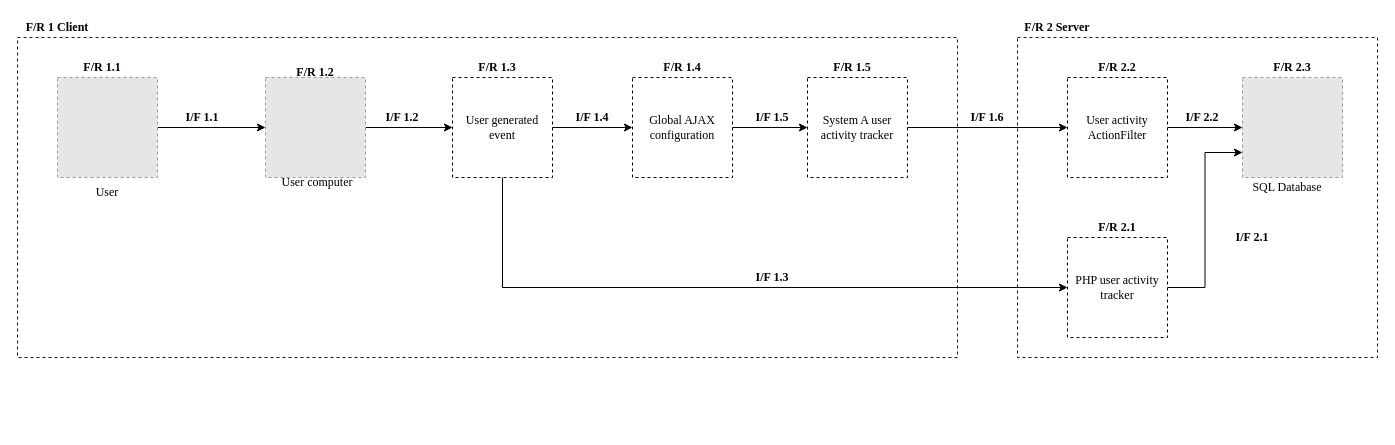
CorrieScheepers/Masters keeps this draw.io diagram as Images/Chapter2/SystemA_Architecture_Diagram/SystemA_Architecture_Diagram.drawio. Above is the earlier version. Source tidied: cells renumbered, new cells numbered last; positions are measured from the earlier drawing's top-left corner, leaving out a move shared by most shapes. Both pictures are drawn from the tidied source at 100%, with x=0, y=0 at pixel (17, 17). Pictures stored in the file or linked from it are replaced by grey dashed boxes.
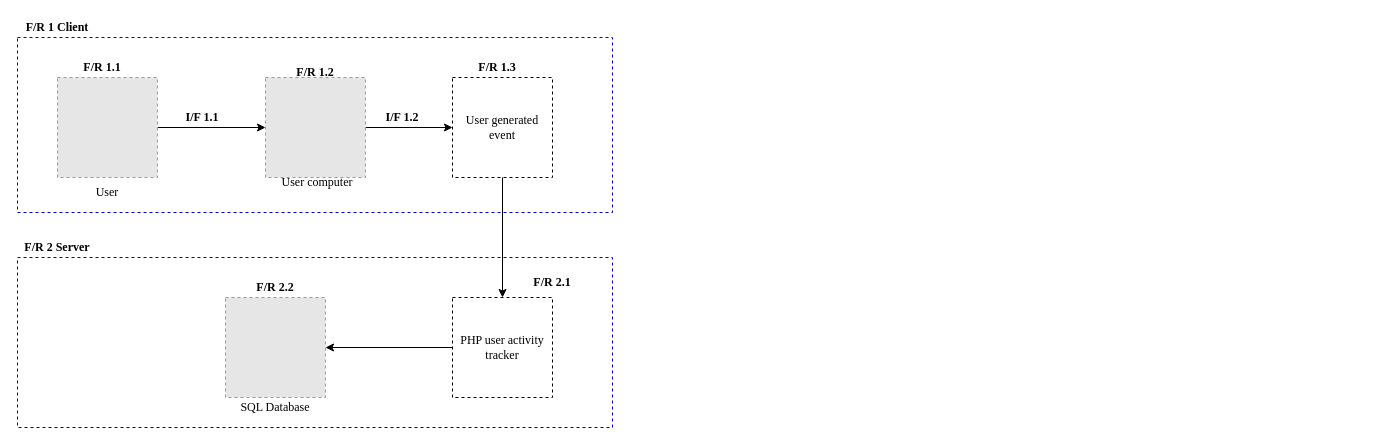
Above is the later version.

Unchanged cells that the change refers to:
```xml
<mxCell id="14" value="User generated event" style="whiteSpace=wrap;html=1;fillColor=none;dashed=1;fontFamily=Times New Roman;" parent="1" vertex="1">
  <mxGeometry x="435" y="60" width="100" height="100" as="geometry" />
</mxCell>
```

Diff of the diagram source:
```diff
@@
     <mxCell id="2" style="rounded=0;whiteSpace=wrap;html=1;dashed=1;strokeColor=#0000CC;fillColor=none;fontFamily=Times New Roman;" parent="1" vertex="1">
-      <mxGeometry x="1000" y="20" width="360" height="320" as="geometry" />
+      <mxGeometry y="240" width="595" height="170" as="geometry" />
     </mxCell>
     <mxCell id="3" style="rounded=0;whiteSpace=wrap;html=1;dashed=1;fillColor=none;strokeColor=#0000CC;fontFamily=Times New Roman;" parent="1" vertex="1">
-      <mxGeometry y="20" width="940" height="320" as="geometry" />
+      <mxGeometry y="20" width="595" height="175" as="geometry" />
     </mxCell>
@@
-    <mxCell id="6" style="edgeStyle=orthogonalEdgeStyle;rounded=0;jettySize=auto;html=1;exitX=1;exitY=0.5;exitDx=0;exitDy=0;entryX=0;entryY=0.5;entryDx=0;entryDy=0;" parent="1" edge="1" source="7" target="9">
-      <mxGeometry relative="1" as="geometry" />
-    </mxCell>
-    <mxCell id="7" value="Global AJAX configuration" style="whiteSpace=wrap;html=1;fillColor=none;dashed=1;fontFamily=Times New Roman;" parent="1" vertex="1">
-      <mxGeometry x="615" y="60" width="100" height="100" as="geometry" />
-    </mxCell>
-    <mxCell id="8" style="edgeStyle=orthogonalEdgeStyle;rounded=0;jettySize=auto;html=1;exitX=1;exitY=0.5;exitDx=0;exitDy=0;entryX=0;entryY=0.5;entryDx=0;entryDy=0;" parent="1" edge="1" source="9" target="16">
-      <mxGeometry relative="1" as="geometry" />
-    </mxCell>
-    <mxCell id="9" value="System A user activity tracker" style="whiteSpace=wrap;html=1;fillColor=none;dashed=1;fontFamily=Times New Roman;" parent="1" vertex="1">
-      <mxGeometry x="790" y="60" width="100" height="100" as="geometry" />
-    </mxCell>
-    <mxCell id="10" style="edgeStyle=orthogonalEdgeStyle;rounded=0;jettySize=auto;html=1;exitX=1;exitY=0.5;exitDx=0;exitDy=0;entryX=0;entryY=0.75;entryDx=0;entryDy=0;" parent="1" edge="1" source="11" target="40">
+    <mxCell id="10" style="edgeStyle=orthogonalEdgeStyle;rounded=0;jettySize=auto;html=1;exitX=0;exitY=0.5;exitDx=0;exitDy=0;" parent="1" edge="1" source="11" target="40">
       <mxGeometry relative="1" as="geometry" />
     </mxCell>
     <mxCell id="11" value="PHP user activity tracker" style="whiteSpace=wrap;html=1;fillColor=none;dashed=1;fontFamily=Times New Roman;" parent="1" vertex="1">
-      <mxGeometry x="1050" y="220" width="100" height="100" as="geometry" />
+      <mxGeometry x="435" y="280" width="100" height="100" as="geometry" />
     </mxCell>
-    <mxCell id="12" style="edgeStyle=orthogonalEdgeStyle;rounded=0;jettySize=auto;html=1;exitX=1;exitY=0.5;exitDx=0;exitDy=0;entryX=0;entryY=0.5;entryDx=0;entryDy=0;fontFamily=Times New Roman;" parent="1" edge="1" source="14" target="7">
-      <mxGeometry relative="1" as="geometry" />
-    </mxCell>
-    <mxCell id="13" style="edgeStyle=orthogonalEdgeStyle;rounded=0;jettySize=auto;html=1;exitX=0.5;exitY=1;exitDx=0;exitDy=0;entryX=0;entryY=0.5;entryDx=0;entryDy=0;" parent="1" edge="1" source="14" target="11">
+    <mxCell id="13" style="edgeStyle=orthogonalEdgeStyle;rounded=0;jettySize=auto;html=1;exitX=0.5;exitY=1;exitDx=0;exitDy=0;entryX=0.5;entryY=0;entryDx=0;entryDy=0;" parent="1" edge="1" source="14" target="11">
       <mxGeometry relative="1" as="geometry" />
     </mxCell>
@@
-    <mxCell id="15" style="edgeStyle=orthogonalEdgeStyle;rounded=0;jettySize=auto;html=1;exitX=1;exitY=0.5;exitDx=0;exitDy=0;" parent="1" edge="1" source="16" target="40">
-      <mxGeometry relative="1" as="geometry" />
-    </mxCell>
-    <mxCell id="16" value="User activity ActionFilter" style="whiteSpace=wrap;html=1;fillColor=none;dashed=1;fontFamily=Times New Roman;" parent="1" vertex="1">
-      <mxGeometry x="1050" y="60" width="100" height="100" as="geometry" />
-    </mxCell>
     <mxCell id="17" value="&lt;b&gt;F/R 2 Server&lt;/b&gt;" style="text;html=1;strokeColor=none;fillColor=none;align=center;verticalAlign=middle;whiteSpace=wrap;rounded=0;dashed=1;fontFamily=Times New Roman;" parent="1" vertex="1">
-      <mxGeometry x="1000" width="80" height="20" as="geometry" />
+      <mxGeometry y="220" width="80" height="20" as="geometry" />
     </mxCell>
     <mxCell id="18" value="SQL Database" style="text;html=1;strokeColor=none;fillColor=none;align=center;verticalAlign=middle;whiteSpace=wrap;rounded=0;dashed=1;fontFamily=Times New Roman;" parent="1" vertex="1">
-      <mxGeometry x="1225" y="160" width="90" height="20" as="geometry" />
+      <mxGeometry x="212.5" y="380" width="90" height="20" as="geometry" />
     </mxCell>
@@
     <mxCell id="24" value="&lt;b&gt;F/R 2.1&lt;/b&gt;" style="text;html=1;strokeColor=none;fillColor=none;align=center;verticalAlign=middle;whiteSpace=wrap;rounded=0;dashed=1;fontFamily=Times New Roman;" parent="1" vertex="1">
-      <mxGeometry x="1060" y="200" width="80" height="20" as="geometry" />
+      <mxGeometry x="495" y="255" width="80" height="20" as="geometry" />
     </mxCell>
-    <mxCell id="25" value="&lt;b&gt;F/R 1.5&lt;/b&gt;" style="text;html=1;strokeColor=none;fillColor=none;align=center;verticalAlign=middle;whiteSpace=wrap;rounded=0;dashed=1;fontFamily=Times New Roman;" parent="1" vertex="1">
-      <mxGeometry x="795" y="40" width="80" height="20" as="geometry" />
-    </mxCell>
-    <mxCell id="26" value="&lt;b&gt;F/R 1.4&lt;/b&gt;" style="text;html=1;strokeColor=none;fillColor=none;align=center;verticalAlign=middle;whiteSpace=wrap;rounded=0;dashed=1;fontFamily=Times New Roman;" parent="1" vertex="1">
-      <mxGeometry x="625" y="40" width="80" height="20" as="geometry" />
-    </mxCell>
@@
-    <mxCell id="28" value="&lt;b&gt;F/R 2.3&lt;/b&gt;" style="text;html=1;strokeColor=none;fillColor=none;align=center;verticalAlign=middle;whiteSpace=wrap;rounded=0;dashed=1;fontFamily=Times New Roman;" parent="1" vertex="1">
-      <mxGeometry x="1235" y="40" width="80" height="20" as="geometry" />
+    <mxCell id="28" value="&lt;b&gt;F/R 2.2&lt;/b&gt;" style="text;html=1;strokeColor=none;fillColor=none;align=center;verticalAlign=middle;whiteSpace=wrap;rounded=0;dashed=1;fontFamily=Times New Roman;" parent="1" vertex="1">
+      <mxGeometry x="217.5" y="260" width="80" height="20" as="geometry" />
     </mxCell>
-    <mxCell id="29" value="&lt;b&gt;F/R 2.2&lt;/b&gt;" style="text;html=1;strokeColor=none;fillColor=none;align=center;verticalAlign=middle;whiteSpace=wrap;rounded=0;dashed=1;fontFamily=Times New Roman;" parent="1" vertex="1">
-      <mxGeometry x="1060" y="40" width="80" height="20" as="geometry" />
-    </mxCell>
@@
-    <mxCell id="32" value="&lt;b&gt;I/F 1.4&lt;/b&gt;" style="text;html=1;strokeColor=none;fillColor=none;align=center;verticalAlign=middle;whiteSpace=wrap;rounded=0;dashed=1;fontFamily=Times New Roman;" parent="1" vertex="1">
-      <mxGeometry x="535" y="90" width="80" height="20" as="geometry" />
-    </mxCell>
-    <mxCell id="33" value="&lt;b&gt;I/F 1.3&lt;/b&gt;" style="text;html=1;strokeColor=none;fillColor=none;align=center;verticalAlign=middle;whiteSpace=wrap;rounded=0;dashed=1;fontFamily=Times New Roman;" parent="1" vertex="1">
-      <mxGeometry x="715" y="250" width="80" height="20" as="geometry" />
-    </mxCell>
-    <mxCell id="34" value="&lt;b&gt;I/F 1.5&lt;/b&gt;" style="text;html=1;strokeColor=none;fillColor=none;align=center;verticalAlign=middle;whiteSpace=wrap;rounded=0;dashed=1;fontFamily=Times New Roman;" parent="1" vertex="1">
-      <mxGeometry x="715" y="90" width="80" height="20" as="geometry" />
-    </mxCell>
-    <mxCell id="35" value="&lt;b&gt;I/F 1.6&lt;/b&gt;" style="text;html=1;strokeColor=none;fillColor=none;align=center;verticalAlign=middle;whiteSpace=wrap;rounded=0;dashed=1;fontFamily=Times New Roman;" parent="1" vertex="1">
-      <mxGeometry x="930" y="90" width="80" height="20" as="geometry" />
-    </mxCell>
-    <mxCell id="36" value="&lt;b&gt;I/F 2.2&lt;/b&gt;" style="text;html=1;strokeColor=none;fillColor=none;align=center;verticalAlign=middle;whiteSpace=wrap;rounded=0;dashed=1;fontFamily=Times New Roman;" parent="1" vertex="1">
-      <mxGeometry x="1145" y="90" width="80" height="20" as="geometry" />
-    </mxCell>
-    <mxCell id="37" value="&lt;b&gt;I/F 2.1&lt;/b&gt;" style="text;html=1;strokeColor=none;fillColor=none;align=center;verticalAlign=middle;whiteSpace=wrap;rounded=0;dashed=1;fontFamily=Times New Roman;" parent="1" vertex="1">
-      <mxGeometry x="1195" y="210" width="80" height="20" as="geometry" />
-    </mxCell>
@@
     <mxCell id="40" style="fillColor=#E6E6E6;strokeColor=#999999;dashed=1;verticalLabelPosition=bottom;verticalAlign=top;" parent="1" vertex="1">
-      <mxGeometry x="1225" y="60" width="100" height="100" as="geometry" />
+      <mxGeometry x="208" y="280" width="100" height="100" as="geometry" />
     </mxCell>
```
